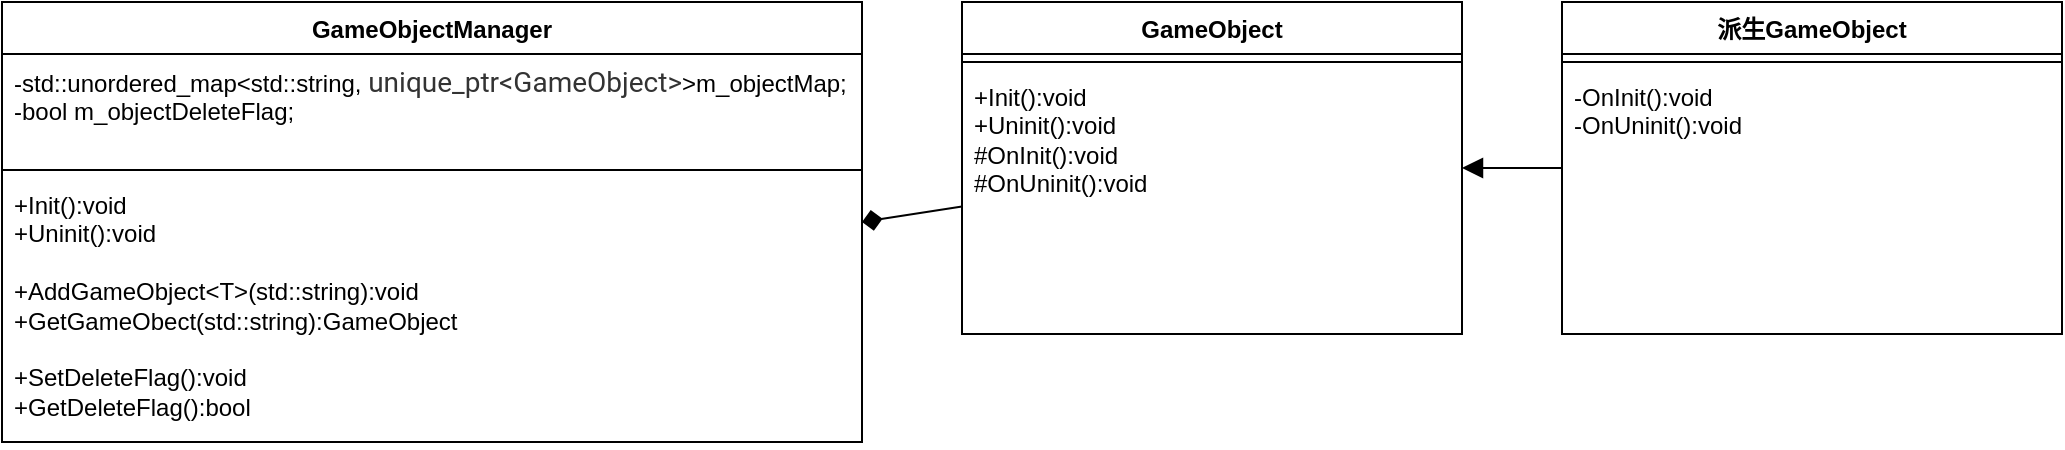
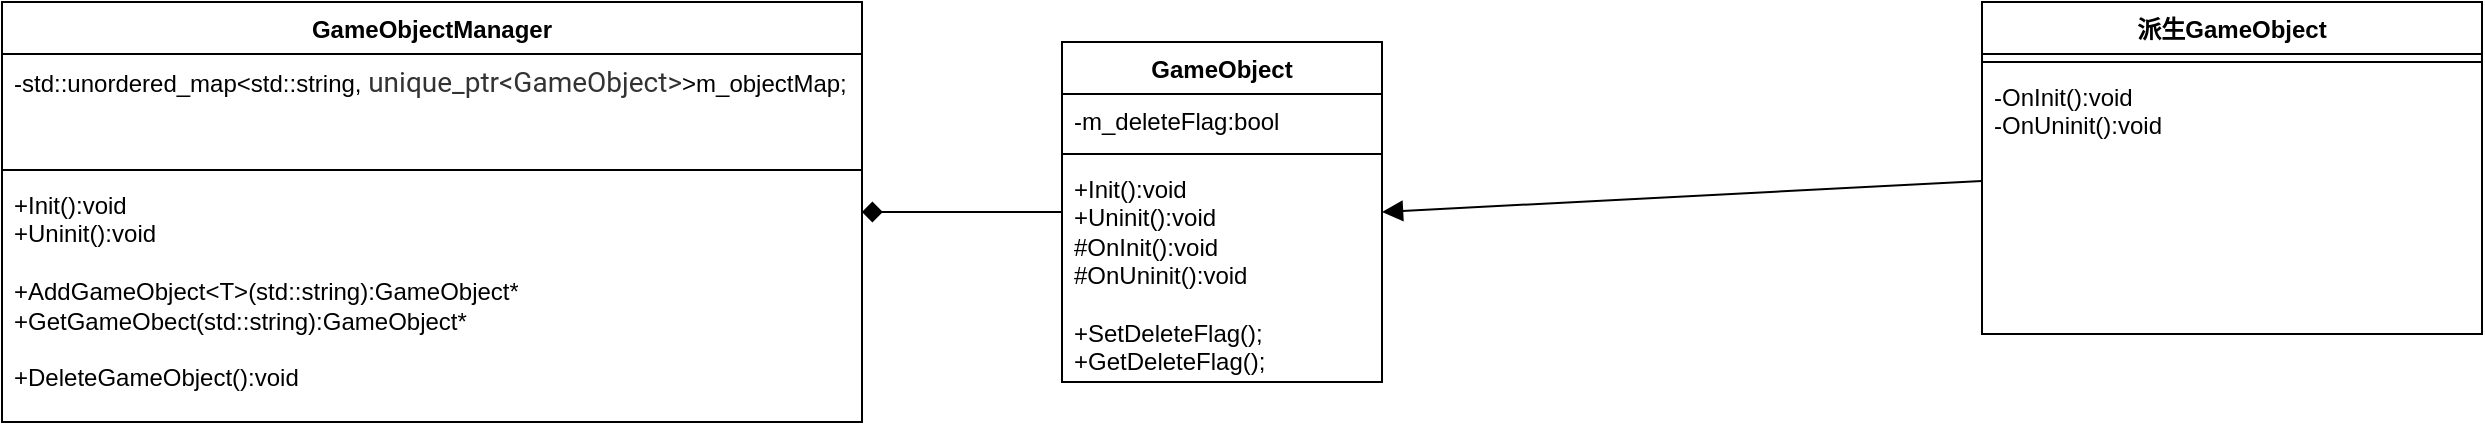
<mxfile host="app.diagrams.net">
  <diagram name="ページ-1" id="3FtfRQ7UO4VPT2bXUK-G">
-     <mxGraphModel dx="1427" dy="646" grid="1" gridSize="10" guides="1" tooltips="1" connect="1" arrows="1" fold="1" page="1" pageScale="1" pageWidth="827" pageHeight="1169" math="0" shadow="0">
+     <mxGraphModel dx="2294" dy="1102" grid="1" gridSize="10" guides="1" tooltips="1" connect="1" arrows="1" fold="1" page="1" pageScale="1" pageWidth="827" pageHeight="1169" math="0" shadow="0">
      <root>
        <mxCell id="0" />
        <mxCell id="1" parent="0" />
        <mxCell id="ejeEYgNNTc2L-esswQbN-6" parent="1" style="swimlane;fontStyle=1;align=center;verticalAlign=top;childLayout=stackLayout;horizontal=1;startSize=26;horizontalStack=0;resizeParent=1;resizeParentMax=0;resizeLast=0;collapsible=1;marginBottom=0;whiteSpace=wrap;html=1;" value="GameObjectManager" vertex="1">
-           <mxGeometry height="220" width="430" x="30" y="340" as="geometry">
+           <mxGeometry height="210" width="430" x="30" y="340" as="geometry">
            <mxRectangle height="30" width="160" x="30" y="340" as="alternateBounds" />
          </mxGeometry>
        </mxCell>
-         <mxCell id="ejeEYgNNTc2L-esswQbN-7" parent="ejeEYgNNTc2L-esswQbN-6" style="text;strokeColor=none;fillColor=none;align=left;verticalAlign=top;spacingLeft=4;spacingRight=4;overflow=hidden;rotatable=0;points=[[0,0.5],[1,0.5]];portConstraint=eastwest;whiteSpace=wrap;html=1;" value="-std::unordered_map&amp;lt;std::string,&amp;nbsp;&lt;span style=&quot;color: rgba(0, 0, 0, 0.8); font-family: Roboto, Helvetica, sans-serif; font-size: 14px; line-height: 100%;&quot;&gt;unique_ptr&amp;lt;GameObject&amp;gt;&lt;/span&gt;&amp;gt;m_objectMap;&lt;br&gt;-bool m_objectDeleteFlag;" vertex="1">
+         <mxCell id="ejeEYgNNTc2L-esswQbN-7" parent="ejeEYgNNTc2L-esswQbN-6" style="text;strokeColor=none;fillColor=none;align=left;verticalAlign=top;spacingLeft=4;spacingRight=4;overflow=hidden;rotatable=0;points=[[0,0.5],[1,0.5]];portConstraint=eastwest;whiteSpace=wrap;html=1;" value="-std::unordered_map&amp;lt;std::string,&amp;nbsp;&lt;span style=&quot;color: rgba(0, 0, 0, 0.8); font-family: Roboto, Helvetica, sans-serif; font-size: 14px; line-height: 100%;&quot;&gt;unique_ptr&amp;lt;GameObject&amp;gt;&lt;/span&gt;&amp;gt;m_objectMap;&lt;div&gt;&lt;br/&gt;&lt;/div&gt;" vertex="1">
          <mxGeometry height="54" width="430" y="26" as="geometry" />
        </mxCell>
        <mxCell id="ejeEYgNNTc2L-esswQbN-8" parent="ejeEYgNNTc2L-esswQbN-6" style="line;strokeWidth=1;fillColor=none;align=left;verticalAlign=middle;spacingTop=-1;spacingLeft=3;spacingRight=3;rotatable=0;labelPosition=right;points=[];portConstraint=eastwest;strokeColor=inherit;" value="" vertex="1">
          <mxGeometry height="8" width="430" y="80" as="geometry" />
        </mxCell>
-         <mxCell id="ejeEYgNNTc2L-esswQbN-9" parent="ejeEYgNNTc2L-esswQbN-6" style="text;strokeColor=none;fillColor=none;align=left;verticalAlign=top;spacingLeft=4;spacingRight=4;overflow=hidden;rotatable=0;points=[[0,0.5],[1,0.5]];portConstraint=eastwest;whiteSpace=wrap;html=1;" value="+Init():void&lt;br&gt;+Uninit():void&lt;br&gt;&lt;br&gt;+AddGameObject&amp;lt;T&amp;gt;(std::string):void&lt;br&gt;+GetGameObect(std::string):GameObject&lt;br&gt;&lt;br&gt;+SetDeleteFlag():void&lt;br&gt;+GetDeleteFlag():bool" vertex="1">
-           <mxGeometry height="132" width="430" y="88" as="geometry" />
+         <mxCell id="ejeEYgNNTc2L-esswQbN-9" parent="ejeEYgNNTc2L-esswQbN-6" style="text;strokeColor=none;fillColor=none;align=left;verticalAlign=top;spacingLeft=4;spacingRight=4;overflow=hidden;rotatable=0;points=[[0,0.5],[1,0.5]];portConstraint=eastwest;whiteSpace=wrap;html=1;" value="+Init():void&lt;br&gt;+Uninit():void&lt;br&gt;&lt;br&gt;+AddGameObject&amp;lt;T&amp;gt;(std::string):GameObject*&lt;br&gt;+GetGameObect(std::string):GameObject*&lt;br&gt;&lt;br&gt;+DeleteGameObject():void" vertex="1">
+           <mxGeometry height="122" width="430" y="88" as="geometry" />
        </mxCell>
-         <mxCell id="ejeEYgNNTc2L-esswQbN-17" edge="1" parent="1" source="ejeEYgNNTc2L-esswQbN-12" style="edgeStyle=none;curved=1;rounded=0;orthogonalLoop=1;jettySize=auto;html=1;entryX=1;entryY=0.5;entryDx=0;entryDy=0;fontSize=12;startSize=8;endSize=8;endArrow=diamond;endFill=1;" target="ejeEYgNNTc2L-esswQbN-6">
-           <mxGeometry relative="1" as="geometry" />
-         </mxCell>
-         <mxCell id="ejeEYgNNTc2L-esswQbN-12" parent="1" style="swimlane;fontStyle=1;align=center;verticalAlign=top;childLayout=stackLayout;horizontal=1;startSize=26;horizontalStack=0;resizeParent=1;resizeParentMax=0;resizeLast=0;collapsible=1;marginBottom=0;whiteSpace=wrap;html=1;" value="GameObject" vertex="1">
-           <mxGeometry height="166" width="250" x="510" y="340" as="geometry">
-             <mxRectangle height="30" width="110" x="510" y="340" as="alternateBounds" />
-           </mxGeometry>
-         </mxCell>
-         <mxCell id="ejeEYgNNTc2L-esswQbN-14" parent="ejeEYgNNTc2L-esswQbN-12" style="line;strokeWidth=1;fillColor=none;align=left;verticalAlign=middle;spacingTop=-1;spacingLeft=3;spacingRight=3;rotatable=0;labelPosition=right;points=[];portConstraint=eastwest;strokeColor=inherit;" value="" vertex="1">
-           <mxGeometry height="8" width="250" y="26" as="geometry" />
-         </mxCell>
-         <mxCell id="ejeEYgNNTc2L-esswQbN-15" parent="ejeEYgNNTc2L-esswQbN-12" style="text;strokeColor=none;fillColor=none;align=left;verticalAlign=top;spacingLeft=4;spacingRight=4;overflow=hidden;rotatable=0;points=[[0,0.5],[1,0.5]];portConstraint=eastwest;whiteSpace=wrap;html=1;" value="+Init():void&lt;div&gt;+Uninit():void&amp;nbsp;&lt;br&gt;#OnInit():void&amp;nbsp;&lt;br&gt;#OnUninit():void&amp;nbsp;&lt;br&gt;&lt;br&gt;&lt;/div&gt;" vertex="1">
-           <mxGeometry height="132" width="250" y="34" as="geometry" />
-         </mxCell>
-         <mxCell id="ejeEYgNNTc2L-esswQbN-21" edge="1" parent="1" source="ejeEYgNNTc2L-esswQbN-18" style="edgeStyle=none;curved=1;rounded=0;orthogonalLoop=1;jettySize=auto;html=1;entryX=1;entryY=0.5;entryDx=0;entryDy=0;fontSize=12;startSize=8;endSize=8;endArrow=block;endFill=1;" target="ejeEYgNNTc2L-esswQbN-12">
+         <mxCell id="ejeEYgNNTc2L-esswQbN-21" edge="1" parent="1" source="ejeEYgNNTc2L-esswQbN-18" style="edgeStyle=none;curved=1;rounded=0;orthogonalLoop=1;jettySize=auto;html=1;entryX=1;entryY=0.5;entryDx=0;entryDy=0;fontSize=12;startSize=8;endSize=8;endArrow=block;endFill=1;" target="L9_wJegzjV6VJSOXKwpn-2">
          <mxGeometry relative="1" as="geometry" />
        </mxCell>
        <mxCell id="ejeEYgNNTc2L-esswQbN-18" parent="1" style="swimlane;fontStyle=1;align=center;verticalAlign=top;childLayout=stackLayout;horizontal=1;startSize=26;horizontalStack=0;resizeParent=1;resizeParentMax=0;resizeLast=0;collapsible=1;marginBottom=0;whiteSpace=wrap;html=1;" value="派生GameObject" vertex="1">
-           <mxGeometry height="166" width="250" x="810" y="340" as="geometry">
+           <mxGeometry height="166" width="250" x="1020" y="340" as="geometry">
            <mxRectangle height="30" width="110" x="670" y="340" as="alternateBounds" />
          </mxGeometry>
        </mxCell>
        <mxCell id="ejeEYgNNTc2L-esswQbN-19" parent="ejeEYgNNTc2L-esswQbN-18" style="line;strokeWidth=1;fillColor=none;align=left;verticalAlign=middle;spacingTop=-1;spacingLeft=3;spacingRight=3;rotatable=0;labelPosition=right;points=[];portConstraint=eastwest;strokeColor=inherit;" value="" vertex="1">
          <mxGeometry height="8" width="250" y="26" as="geometry" />
        </mxCell>
        <mxCell id="ejeEYgNNTc2L-esswQbN-20" parent="ejeEYgNNTc2L-esswQbN-18" style="text;strokeColor=none;fillColor=none;align=left;verticalAlign=top;spacingLeft=4;spacingRight=4;overflow=hidden;rotatable=0;points=[[0,0.5],[1,0.5]];portConstraint=eastwest;whiteSpace=wrap;html=1;" value="&lt;div&gt;-OnInit():void&lt;br&gt;-OnUninit():void&lt;/div&gt;" vertex="1">
          <mxGeometry height="132" width="250" y="34" as="geometry" />
        </mxCell>
+         <mxCell id="L9_wJegzjV6VJSOXKwpn-7" edge="1" parent="1" source="L9_wJegzjV6VJSOXKwpn-2" style="edgeStyle=none;curved=1;rounded=0;orthogonalLoop=1;jettySize=auto;html=1;entryX=1;entryY=0.5;entryDx=0;entryDy=0;fontSize=12;startSize=8;endSize=8;endArrow=diamond;endFill=1;" target="ejeEYgNNTc2L-esswQbN-6">
+           <mxGeometry relative="1" as="geometry" />
+         </mxCell>
+         <mxCell id="L9_wJegzjV6VJSOXKwpn-2" parent="1" style="swimlane;fontStyle=1;align=center;verticalAlign=top;childLayout=stackLayout;horizontal=1;startSize=26;horizontalStack=0;resizeParent=1;resizeParentMax=0;resizeLast=0;collapsible=1;marginBottom=0;whiteSpace=wrap;html=1;" value="GameObject" vertex="1">
+           <mxGeometry height="170" width="160" x="560" y="360" as="geometry">
+             <mxRectangle height="30" width="110" x="560" y="360" as="alternateBounds" />
+           </mxGeometry>
+         </mxCell>
+         <mxCell id="L9_wJegzjV6VJSOXKwpn-3" parent="L9_wJegzjV6VJSOXKwpn-2" style="text;strokeColor=none;fillColor=none;align=left;verticalAlign=top;spacingLeft=4;spacingRight=4;overflow=hidden;rotatable=0;points=[[0,0.5],[1,0.5]];portConstraint=eastwest;whiteSpace=wrap;html=1;" value="-m_deleteFlag:bool" vertex="1">
+           <mxGeometry height="26" width="160" y="26" as="geometry" />
+         </mxCell>
+         <mxCell id="L9_wJegzjV6VJSOXKwpn-4" parent="L9_wJegzjV6VJSOXKwpn-2" style="line;strokeWidth=1;fillColor=none;align=left;verticalAlign=middle;spacingTop=-1;spacingLeft=3;spacingRight=3;rotatable=0;labelPosition=right;points=[];portConstraint=eastwest;strokeColor=inherit;" value="" vertex="1">
+           <mxGeometry height="8" width="160" y="52" as="geometry" />
+         </mxCell>
+         <mxCell id="L9_wJegzjV6VJSOXKwpn-5" parent="L9_wJegzjV6VJSOXKwpn-2" style="text;strokeColor=none;fillColor=none;align=left;verticalAlign=top;spacingLeft=4;spacingRight=4;overflow=hidden;rotatable=0;points=[[0,0.5],[1,0.5]];portConstraint=eastwest;whiteSpace=wrap;html=1;" value="+Init():void&lt;div&gt;+Uninit():void&amp;nbsp;&lt;br&gt;#OnInit():void&amp;nbsp;&lt;br&gt;#OnUninit():void&amp;nbsp;&lt;br&gt;&lt;br&gt;&lt;/div&gt;&lt;div&gt;&lt;div&gt;+SetDeleteFlag();&lt;/div&gt;&lt;div&gt;&lt;span style=&quot;background-color: transparent; color: light-dark(rgb(0, 0, 0), rgb(255, 255, 255));&quot;&gt;+GetDeleteFlag();&lt;/span&gt;&lt;/div&gt;&lt;/div&gt;" vertex="1">
+           <mxGeometry height="110" width="160" y="60" as="geometry" />
+         </mxCell>
      </root>
    </mxGraphModel>
  </diagram>
</mxfile>
